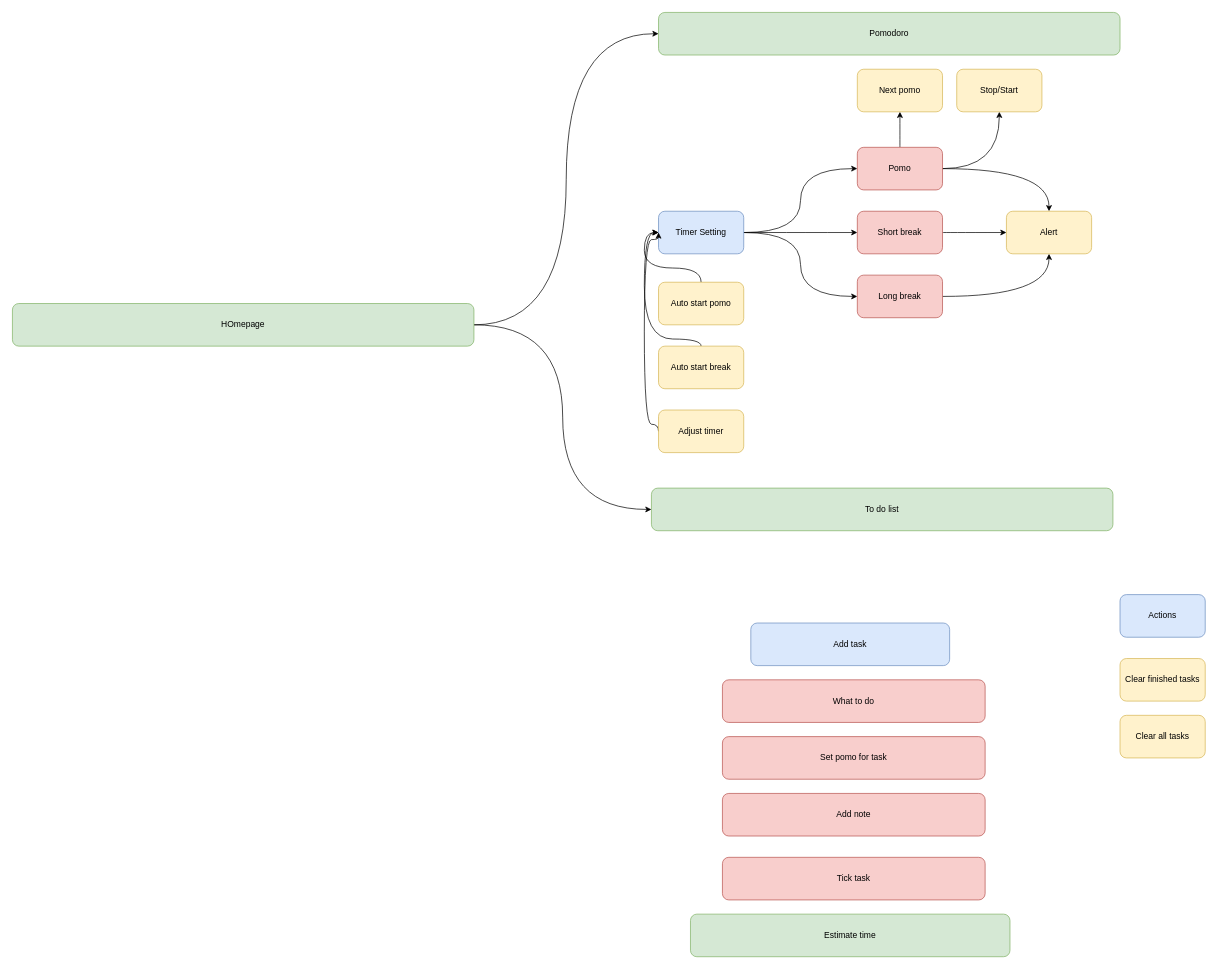
Above: Untitled Diagram.drawio in khangnguyen9955/pomofocus (draw.io), before the change. Source tidied: cells renumbered, new cells numbered last; positions are measured from the earlier drawing's top-left corner, leaving out a move shared by most shapes. Both pictures are drawn from the tidied source at 71%, with x=0, y=0 at pixel (12, 12).
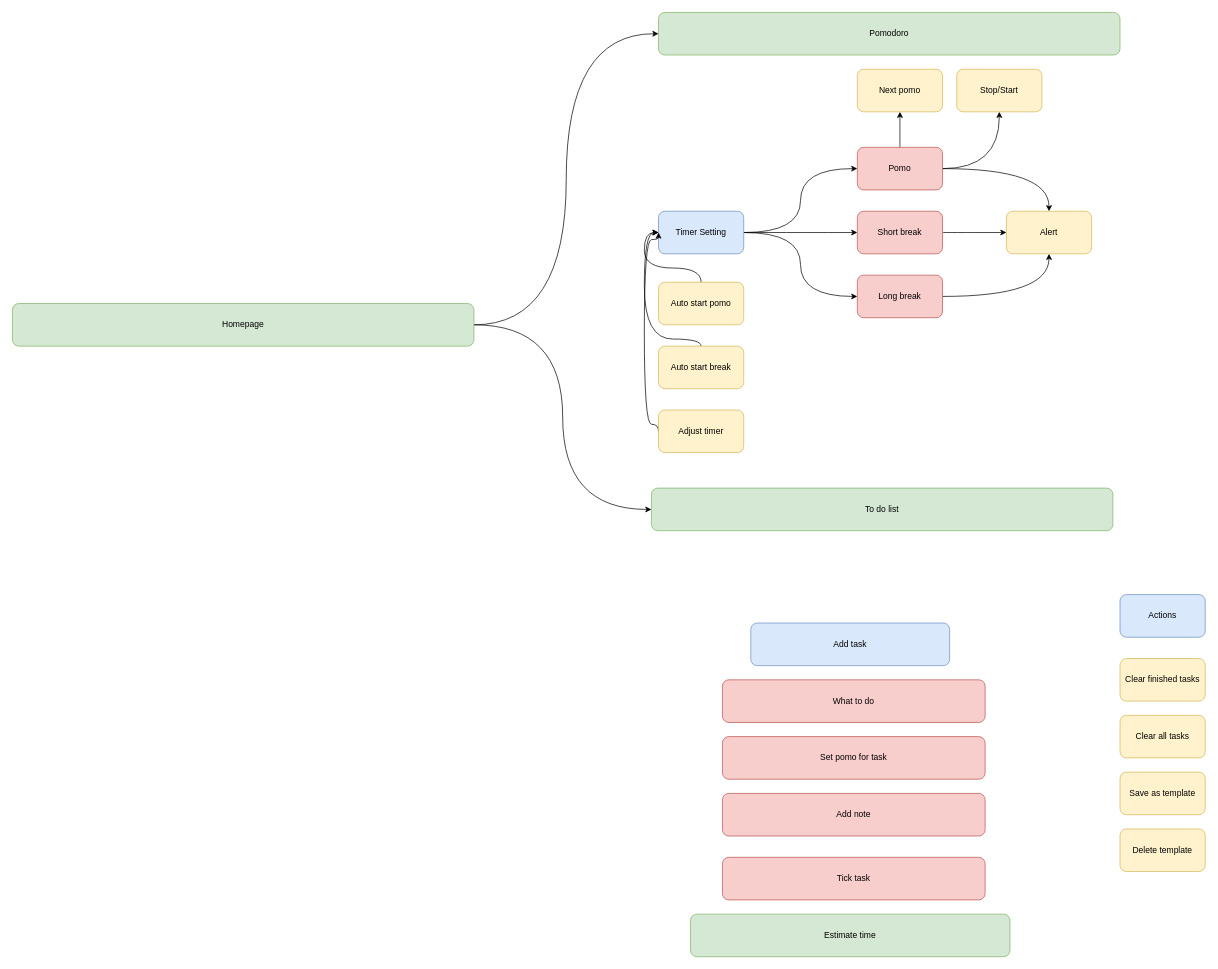
Above is the later version.

Change to the diagram source:
```diff
@@
-    <mxCell id="36" value="HOmepage" style="rounded=1;whiteSpace=wrap;html=1;fillColor=#d5e8d4;strokeColor=#82b366;" parent="1" vertex="1">
+    <mxCell id="36" value="Homepage" style="rounded=1;whiteSpace=wrap;html=1;fillColor=#d5e8d4;strokeColor=#82b366;" parent="1" vertex="1">
       <mxGeometry y="410" width="650" height="60" as="geometry" />
     </mxCell>
+    <mxCell id="37" value="Save as template" style="rounded=1;whiteSpace=wrap;html=1;fillColor=#fff2cc;strokeColor=#d6b656;" parent="1" vertex="1">
+      <mxGeometry x="1560" y="1070" width="120" height="60" as="geometry" />
+    </mxCell>
+    <mxCell id="38" value="Delete template" style="rounded=1;whiteSpace=wrap;html=1;fillColor=#fff2cc;strokeColor=#d6b656;" parent="1" vertex="1">
+      <mxGeometry x="1560" y="1150" width="120" height="60" as="geometry" />
+    </mxCell>
```
